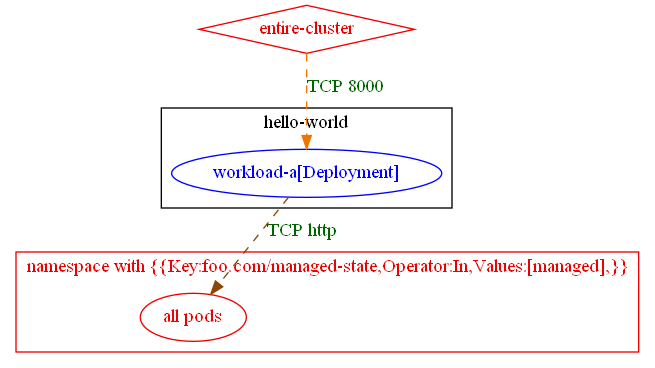
Earlier version of the Graphviz export test_outputs/connlist/exposure_test_egress_with_named_port_exposure_output.dot.png (np-guard/netpol-analyzer). Its source is kept beside it as test_outputs/connlist/exposure_test_egress_with_named_port_exposure_output.dot. The source it was exported from:
```dot
digraph {
	subgraph "cluster_hello_world" {
		color="black"
		fontcolor="black"
		"hello-world/workload-a[Deployment]" [label="workload-a[Deployment]" color="blue" fontcolor="blue"]
		label="hello-world"
	}
	subgraph "cluster_namespace with {{Key:foo.com/managed_state,Operator:In,Values:[managed],}}" {
		color="red2"
		fontcolor="red2"
		"all pods_in_namespace with {{Key:foo.com/managed-state,Operator:In,Values:[managed],}}" [label="all pods" color="red2" fontcolor="red2"]
		label="namespace with {{Key:foo.com/managed-state,Operator:In,Values:[managed],}}"
	}
	"entire-cluster" [label="entire-cluster" color="red2" fontcolor="red2" shape=diamond]
	"entire-cluster" -> "hello-world/workload-a[Deployment]" [label="TCP 8000" color="darkorange2" fontcolor="darkgreen" weight=1 style=dashed]
	"hello-world/workload-a[Deployment]" -> "all pods_in_namespace with {{Key:foo.com/managed-state,Operator:In,Values:[managed],}}" [label="TCP http" color="darkorange4" fontcolor="darkgreen" weight=0.5 style=dashed]
}
```
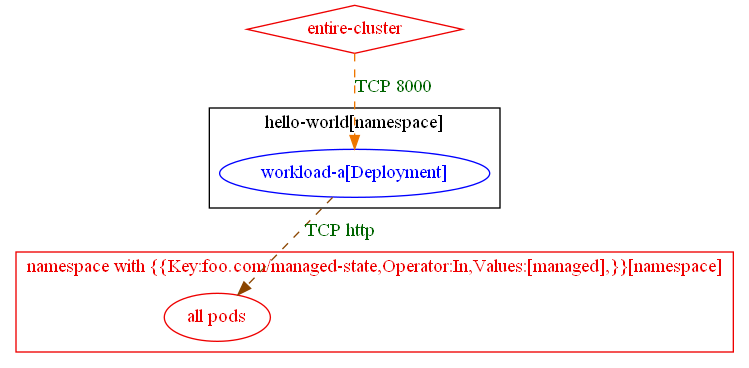
Later version of the same file.

Change to the diagram source:
```diff
@@ -1,15 +1,15 @@
 digraph {
-	subgraph "cluster_hello_world" {
+	subgraph "cluster_hello_world[namespace]" {
 		color="black"
 		fontcolor="black"
 		"hello-world/workload-a[Deployment]" [label="workload-a[Deployment]" color="blue" fontcolor="blue"]
-		label="hello-world"
+		label="hello-world[namespace]"
 	}
-	subgraph "cluster_namespace with {{Key:foo.com/managed_state,Operator:In,Values:[managed],}}" {
+	subgraph "cluster_namespace with {{Key:foo.com/managed_state,Operator:In,Values:[managed],}}[namespace]" {
 		color="red2"
 		fontcolor="red2"
 		"all pods_in_namespace with {{Key:foo.com/managed-state,Operator:In,Values:[managed],}}" [label="all pods" color="red2" fontcolor="red2"]
-		label="namespace with {{Key:foo.com/managed-state,Operator:In,Values:[managed],}}"
+		label="namespace with {{Key:foo.com/managed-state,Operator:In,Values:[managed],}}[namespace]"
 	}
 	"entire-cluster" [label="entire-cluster" color="red2" fontcolor="red2" shape=diamond]
 	"entire-cluster" -> "hello-world/workload-a[Deployment]" [label="TCP 8000" color="darkorange2" fontcolor="darkgreen" weight=1 style=dashed]
```
